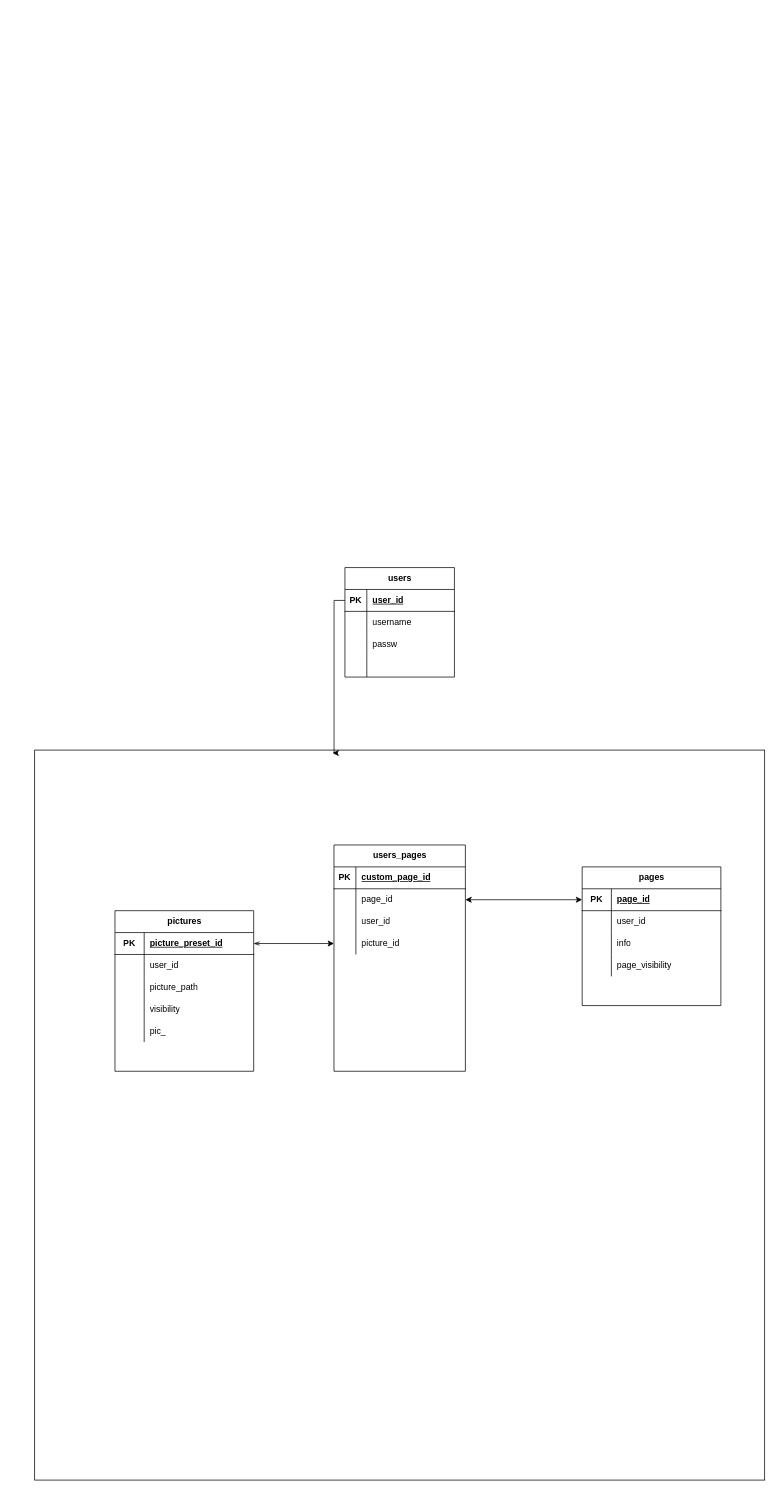
Potc1/7_internet keeps this draw.io diagram as meta/arch.drawio. Above is the earlier version. Source tidied: cells renumbered, new cells numbered last; positions are measured from the earlier drawing's top-left corner, leaving out a move shared by most shapes. Both pictures are drawn from the tidied source at 73%, with x=0, y=0 at pixel (34, 567).
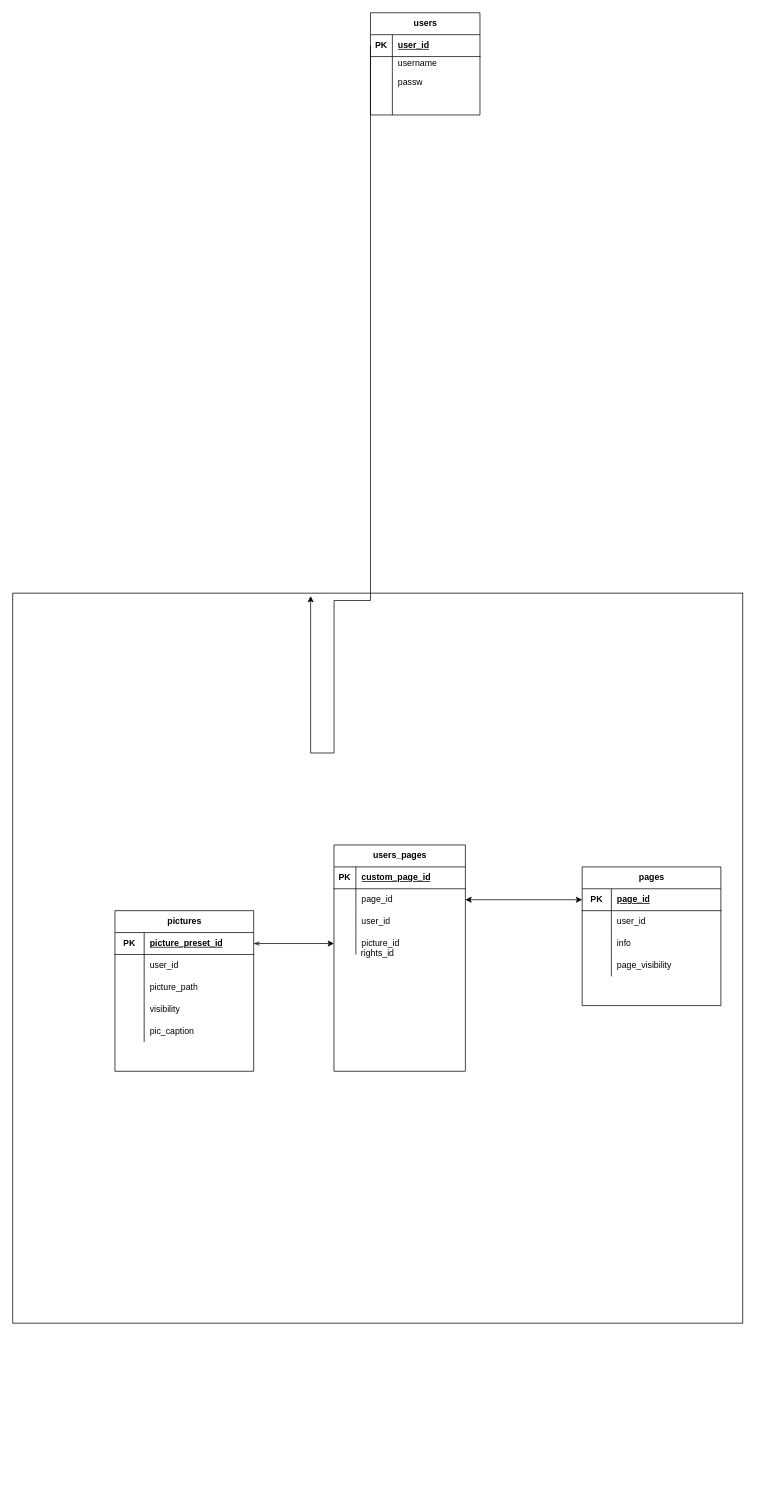
The same page after the edit.

The change refers to these unchanged cells:
```xml
<mxCell id="55" style="shape=tableRow;horizontal=0;startSize=0;swimlaneHead=0;swimlaneBody=0;fillColor=none;top=0;left=0;right=0;bottom=0;" parent="42" vertex="1">
  <mxGeometry y="150" width="190" height="30" as="geometry" />
</mxCell>
```

What changed in the source:
```diff
@@
-    <mxCell id="2" style="whiteSpace=wrap;html=1;" parent="1" vertex="1">
-      <mxGeometry y="250" width="1000" height="1000" as="geometry" />
+    <mxCell id="2" value="&lt;div&gt;rights_id&lt;/div&gt;&lt;div&gt;&lt;br&gt;&lt;/div&gt;" style="whiteSpace=wrap;html=1;" parent="1" vertex="1">
+      <mxGeometry x="-30" y="35" width="1000" height="1000" as="geometry" />
     </mxCell>
     <mxCell id="3" value="users" style="shape=table;startSize=30;childLayout=tableLayout;rowLines=0;fontStyle=1;align=center;html=1;" parent="1" vertex="1">
-      <mxGeometry x="425" width="150" height="150" as="geometry" />
+      <mxGeometry x="460" y="-760" width="150" height="140" as="geometry" />
     </mxCell>
@@
     <mxCell id="7" style="shape=tableRow;horizontal=0;startSize=0;swimlaneHead=0;swimlaneBody=0;fillColor=none;top=0;left=0;right=0;bottom=0;" parent="3" vertex="1">
-      <mxGeometry y="60" width="150" height="30" as="geometry" />
+      <mxGeometry y="60" width="150" height="20" as="geometry" />
     </mxCell>
     <mxCell id="8" style="shape=partialRectangle;fillColor=none;top=0;left=0;bottom=0;right=0;overflow=hidden;whiteSpace=wrap;html=1;" parent="7" vertex="1">
-      <mxGeometry width="30" height="30" as="geometry" />
+      <mxGeometry width="30" height="20" as="geometry" />
     </mxCell>
     <mxCell id="9" value="username" style="shape=partialRectangle;fillColor=none;top=0;left=0;bottom=0;right=0;align=left;spacingLeft=6;overflow=hidden;whiteSpace=wrap;html=1;" parent="7" vertex="1">
-      <mxGeometry x="30" width="120" height="30" as="geometry" />
+      <mxGeometry x="30" width="120" height="20" as="geometry" />
     </mxCell>
     <mxCell id="10" style="shape=tableRow;horizontal=0;startSize=0;swimlaneHead=0;swimlaneBody=0;fillColor=none;top=0;left=0;right=0;bottom=0;" parent="3" vertex="1">
-      <mxGeometry y="90" width="150" height="30" as="geometry" />
+      <mxGeometry y="80" width="150" height="30" as="geometry" />
     </mxCell>
@@
     <mxCell id="13" style="shape=tableRow;horizontal=0;startSize=0;swimlaneHead=0;swimlaneBody=0;fillColor=none;top=0;left=0;right=0;bottom=0;" parent="3" vertex="1">
-      <mxGeometry y="120" width="150" height="30" as="geometry" />
+      <mxGeometry y="110" width="150" height="30" as="geometry" />
     </mxCell>
@@
-    <mxCell id="57" value="pic_" style="shape=partialRectangle;fillColor=none;top=0;left=0;bottom=0;right=0;align=left;spacingLeft=6;overflow=hidden;" parent="55" vertex="1">
+    <mxCell id="57" value="pic_caption" style="shape=partialRectangle;fillColor=none;top=0;left=0;bottom=0;right=0;align=left;spacingLeft=6;overflow=hidden;" parent="55" vertex="1">
       <mxGeometry x="40" width="150" height="30" as="geometry" />
     </mxCell>
```
